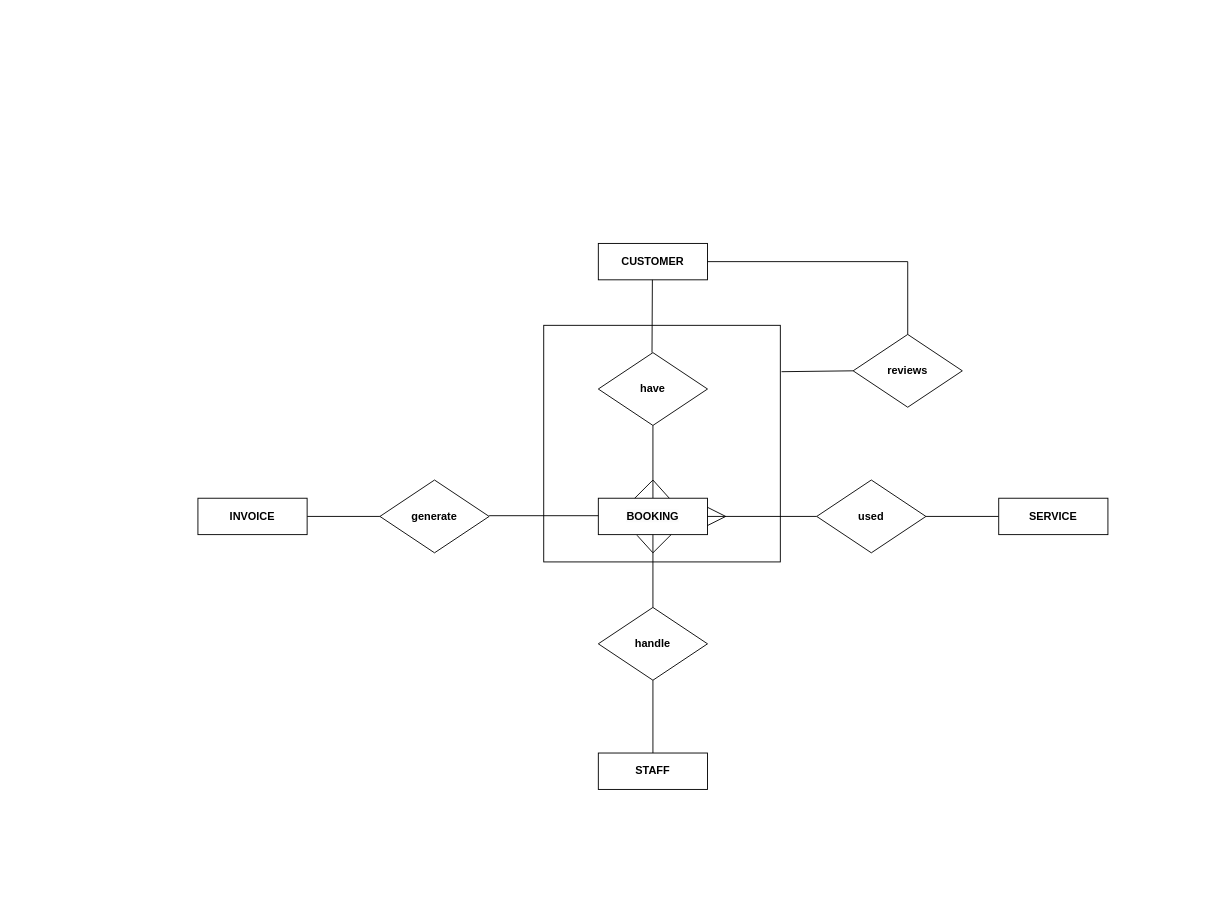
Earlier version of the draw.io diagram Untitled Diagram.drawio (hanXCuser/Web). Source tidied: cells renumbered, new cells numbered last; positions are measured from the earlier drawing's top-left corner, leaving out a move shared by most shapes. Both pictures are drawn from the tidied source at 91%, with x=0, y=0 at pixel (197, 243).
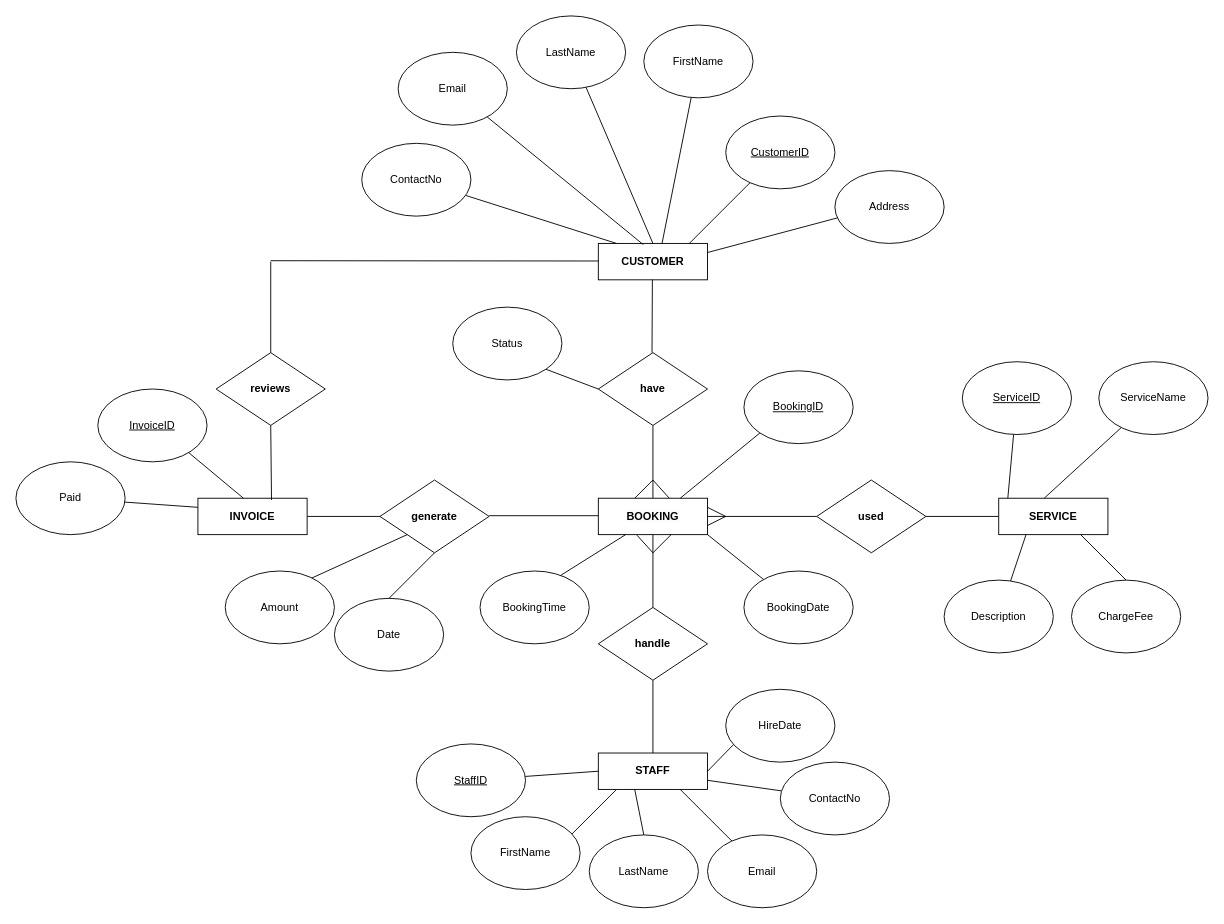
After the change.

The change refers to these unchanged cells:
```xml
<mxCell id="2" value="&lt;b&gt;CUSTOMER&lt;/b&gt;" style="rounded=0;whiteSpace=wrap;html=1;" parent="1" vertex="1">
  <mxGeometry x="440" width="120" height="40" as="geometry" />
</mxCell>
<mxCell id="4" value="&lt;b&gt;have&lt;/b&gt;" style="rhombus;whiteSpace=wrap;html=1;" parent="1" vertex="1">
  <mxGeometry x="440" y="120" width="120" height="80" as="geometry" />
</mxCell>
<mxCell id="6" value="&lt;br&gt;&lt;b style=&quot;forced-color-adjust: none; color: rgb(0, 0, 0); font-family: Helvetica; font-size: 12px; font-style: normal; font-variant-ligatures: normal; font-variant-caps: normal; letter-spacing: normal; orphans: 2; text-indent: 0px; text-transform: none; widows: 2; word-spacing: 0px; -webkit-text-stroke-width: 0px; white-space: normal; background-color: rgb(251, 251, 251); text-decoration-thickness: initial; text-decoration-style: initial; text-decoration-color: initial;&quot;&gt;BOOKING&lt;/b&gt;&lt;div&gt;&lt;br&gt;&lt;/div&gt;" style="rounded=0;whiteSpace=wrap;html=1;align=center;" parent="1" vertex="1">
  <mxGeometry x="440" y="280" width="120" height="40" as="geometry" />
</mxCell>
<mxCell id="8" value="&lt;b&gt;STAFF&lt;/b&gt;" style="rounded=0;whiteSpace=wrap;html=1;" parent="1" vertex="1">
  <mxGeometry x="440" y="560" width="120" height="40" as="geometry" />
</mxCell>
<mxCell id="14" value="&lt;b&gt;generate&lt;/b&gt;" style="rhombus;whiteSpace=wrap;html=1;" parent="1" vertex="1">
  <mxGeometry x="200" y="260" width="120" height="80" as="geometry" />
</mxCell>
<mxCell id="20" value="&lt;b&gt;SERVICE&lt;/b&gt;" style="rounded=0;whiteSpace=wrap;html=1;" parent="1" vertex="1">
  <mxGeometry x="880" y="280" width="120" height="40" as="geometry" />
</mxCell>
<mxCell id="22" value="&lt;b&gt;INVOICE&lt;/b&gt;" style="rounded=0;whiteSpace=wrap;html=1;" parent="1" vertex="1">
  <mxGeometry y="280" width="120" height="40" as="geometry" />
</mxCell>
```

The edit, as a diff of the source:
```diff
@@
     <mxCell id="15" value="&lt;b&gt;reviews&lt;/b&gt;" style="rhombus;whiteSpace=wrap;html=1;" parent="1" vertex="1">
-      <mxGeometry x="720" y="100" width="120" height="80" as="geometry" />
+      <mxGeometry x="20" y="120" width="120" height="80" as="geometry" />
     </mxCell>
     <mxCell id="16" style="endArrow=none;html=1;rounded=0;" parent="1" edge="1">
       <mxGeometry relative="1" as="geometry">
-        <mxPoint x="560" y="20" as="sourcePoint" />
-        <mxPoint x="780" y="20" as="targetPoint" />
+        <mxPoint x="80" y="19" as="sourcePoint" />
+        <mxPoint x="440" y="19.3" as="targetPoint" />
       </mxGeometry>
     </mxCell>
     <mxCell id="17" style="endArrow=none;html=1;rounded=0;exitX=0.5;exitY=0;exitDx=0;exitDy=0;" parent="1" edge="1" source="15">
       <mxGeometry relative="1" as="geometry">
-        <mxPoint x="780" y="20" as="targetPoint" />
+        <mxPoint x="80" y="20" as="targetPoint" />
       </mxGeometry>
     </mxCell>
-    <mxCell id="18" style="endArrow=none;html=1;rounded=0;exitX=1.005;exitY=0.196;exitDx=0;exitDy=0;exitPerimeter=0;" parent="1" edge="1" source="27">
-      <mxGeometry relative="1" as="geometry">
-        <mxPoint x="720" y="140" as="targetPoint" />
-      </mxGeometry>
-    </mxCell>
@@
-    <mxCell id="27" style="whiteSpace=wrap;html=1;fillColor=none;" parent="1" vertex="1">
-      <mxGeometry x="380" y="90" width="260" height="260" as="geometry" />
-    </mxCell>
@@
+    <mxCell id="30" style="endArrow=none;html=1;rounded=0;" parent="1" edge="1" target="31">
+      <mxGeometry relative="1" as="geometry">
+        <mxPoint x="540" as="sourcePoint" />
+      </mxGeometry>
+    </mxCell>
+    <mxCell id="31" value="&lt;u&gt;CustomerID&lt;/u&gt;" style="ellipse;whiteSpace=wrap;html=1;" parent="1" vertex="1">
+      <mxGeometry x="580" y="-140" width="120" height="80" as="geometry" />
+    </mxCell>
+    <mxCell id="32" style="endArrow=none;html=1;rounded=0;" parent="1" edge="1" target="33">
+      <mxGeometry relative="1" as="geometry">
+        <mxPoint x="510" as="sourcePoint" />
+      </mxGeometry>
+    </mxCell>
+    <mxCell id="33" value="FirstName" style="ellipse;whiteSpace=wrap;html=1;" parent="1" vertex="1">
+      <mxGeometry x="490" y="-240" width="120" height="80" as="geometry" />
+    </mxCell>
+    <mxCell id="34" style="endArrow=none;html=1;rounded=0;exitX=0.5;exitY=0;exitDx=0;exitDy=0;" parent="1" edge="1" source="2" target="35">
+      <mxGeometry relative="1" as="geometry" />
+    </mxCell>
+    <mxCell id="35" value="LastName" style="ellipse;whiteSpace=wrap;html=1;" parent="1" vertex="1">
+      <mxGeometry x="350" y="-250" width="120" height="80" as="geometry" />
+    </mxCell>
+    <mxCell id="36" style="endArrow=none;html=1;rounded=0;exitX=0.412;exitY=0.033;exitDx=0;exitDy=0;exitPerimeter=0;" parent="1" edge="1" source="2" target="37">
+      <mxGeometry relative="1" as="geometry" />
+    </mxCell>
+    <mxCell id="37" value="Email" style="ellipse;whiteSpace=wrap;html=1;" parent="1" vertex="1">
+      <mxGeometry x="220" y="-210" width="120" height="80" as="geometry" />
+    </mxCell>
+    <mxCell id="38" style="endArrow=none;html=1;rounded=0;" parent="1" edge="1" target="39">
+      <mxGeometry relative="1" as="geometry">
+        <mxPoint x="460" as="sourcePoint" />
+      </mxGeometry>
+    </mxCell>
+    <mxCell id="39" value="ContactNo" style="ellipse;whiteSpace=wrap;html=1;" parent="1" vertex="1">
+      <mxGeometry x="180" y="-110" width="120" height="80" as="geometry" />
+    </mxCell>
+    <mxCell id="40" style="endArrow=none;html=1;rounded=0;exitX=1;exitY=0.25;exitDx=0;exitDy=0;" parent="1" edge="1" source="2">
+      <mxGeometry relative="1" as="geometry">
+        <mxPoint x="710" y="-30" as="targetPoint" />
+      </mxGeometry>
+    </mxCell>
+    <mxCell id="41" value="Address" style="ellipse;whiteSpace=wrap;html=1;" parent="1" vertex="1">
+      <mxGeometry x="700" y="-80" width="120" height="80" as="geometry" />
+    </mxCell>
+    <mxCell id="42" style="endArrow=none;html=1;rounded=0;exitX=1;exitY=1;exitDx=0;exitDy=0;" parent="1" edge="1" source="6" target="43">
+      <mxGeometry relative="1" as="geometry" />
+    </mxCell>
+    <mxCell id="43" value="BookingDate" style="ellipse;whiteSpace=wrap;html=1;" parent="1" vertex="1">
+      <mxGeometry x="600" y="360" width="120" height="80" as="geometry" />
+    </mxCell>
+    <mxCell id="44" style="endArrow=none;html=1;rounded=0;entryX=0.25;entryY=1;entryDx=0;entryDy=0;exitX=0.707;exitY=0.09;exitDx=0;exitDy=0;exitPerimeter=0;" parent="1" edge="1" source="45" target="6">
+      <mxGeometry relative="1" as="geometry" />
+    </mxCell>
+    <mxCell id="45" value="BookingTime" style="ellipse;whiteSpace=wrap;html=1;" parent="1" vertex="1">
+      <mxGeometry x="310" y="360" width="120" height="80" as="geometry" />
+    </mxCell>
+    <mxCell id="46" style="endArrow=none;html=1;rounded=0;entryX=0.5;entryY=1;entryDx=0;entryDy=0;exitX=0.674;exitY=0.047;exitDx=0;exitDy=0;exitPerimeter=0;" parent="1" edge="1" source="22" target="15">
+      <mxGeometry relative="1" as="geometry" />
+    </mxCell>
+    <mxCell id="47" style="endArrow=none;html=1;rounded=0;entryX=0.75;entryY=0;entryDx=0;entryDy=0;exitX=0;exitY=1;exitDx=0;exitDy=0;" parent="1" edge="1" source="48" target="6">
+      <mxGeometry relative="1" as="geometry" />
+    </mxCell>
+    <mxCell id="48" value="&lt;u&gt;BookingID&lt;/u&gt;" style="ellipse;whiteSpace=wrap;html=1;" parent="1" vertex="1">
+      <mxGeometry x="600" y="140" width="120" height="80" as="geometry" />
+    </mxCell>
+    <mxCell id="49" style="endArrow=none;html=1;rounded=0;entryX=0;entryY=0.5;entryDx=0;entryDy=0;exitX=1;exitY=1;exitDx=0;exitDy=0;" parent="1" edge="1" source="50" target="4">
+      <mxGeometry relative="1" as="geometry" />
+    </mxCell>
+    <mxCell id="50" value="Status" style="ellipse;whiteSpace=wrap;html=1;" parent="1" vertex="1">
+      <mxGeometry x="280" y="70" width="120" height="80" as="geometry" />
+    </mxCell>
+    <mxCell id="51" style="endArrow=none;html=1;rounded=0;" parent="1" edge="1" target="54">
+      <mxGeometry relative="1" as="geometry">
+        <mxPoint x="930" y="280" as="sourcePoint" />
+      </mxGeometry>
+    </mxCell>
+    <mxCell id="52" style="endArrow=none;html=1;rounded=0;" parent="1" edge="1" target="53">
+      <mxGeometry relative="1" as="geometry">
+        <mxPoint x="890" y="280" as="sourcePoint" />
+      </mxGeometry>
+    </mxCell>
+    <mxCell id="53" value="&lt;u&gt;ServiceID&lt;/u&gt;" style="ellipse;whiteSpace=wrap;html=1;" parent="1" vertex="1">
+      <mxGeometry x="840" y="130" width="120" height="80" as="geometry" />
+    </mxCell>
+    <mxCell id="54" value="ServiceName" style="ellipse;whiteSpace=wrap;html=1;" parent="1" vertex="1">
+      <mxGeometry x="990" y="130" width="120" height="80" as="geometry" />
+    </mxCell>
+    <mxCell id="55" style="endArrow=none;html=1;rounded=0;exitX=0.25;exitY=1;exitDx=0;exitDy=0;" parent="1" edge="1" source="20" target="56">
+      <mxGeometry relative="1" as="geometry" />
+    </mxCell>
+    <mxCell id="56" value="Description" style="ellipse;whiteSpace=wrap;html=1;" parent="1" vertex="1">
+      <mxGeometry x="820" y="370" width="120" height="80" as="geometry" />
+    </mxCell>
+    <mxCell id="57" style="endArrow=none;html=1;rounded=0;entryX=0.75;entryY=1;entryDx=0;entryDy=0;exitX=0.5;exitY=0;exitDx=0;exitDy=0;" parent="1" edge="1" source="58" target="20">
+      <mxGeometry relative="1" as="geometry" />
+    </mxCell>
+    <mxCell id="58" value="ChargeFee" style="ellipse;whiteSpace=wrap;html=1;" parent="1" vertex="1">
+      <mxGeometry x="960" y="370" width="120" height="80" as="geometry" />
+    </mxCell>
+    <mxCell id="59" style="endArrow=none;html=1;rounded=0;exitX=0;exitY=0.5;exitDx=0;exitDy=0;" parent="1" edge="1" source="8" target="60">
+      <mxGeometry relative="1" as="geometry" />
+    </mxCell>
+    <mxCell id="60" value="&lt;u&gt;StaffID&lt;/u&gt;" style="ellipse;whiteSpace=wrap;html=1;" parent="1" vertex="1">
+      <mxGeometry x="240" y="550" width="120" height="80" as="geometry" />
+    </mxCell>
+    <mxCell id="61" style="endArrow=none;html=1;rounded=0;" parent="1" edge="1">
+      <mxGeometry relative="1" as="geometry">
+        <mxPoint x="410" y="650" as="sourcePoint" />
+        <mxPoint x="460" y="600" as="targetPoint" />
+      </mxGeometry>
+    </mxCell>
+    <mxCell id="62" value="FirstName" style="ellipse;whiteSpace=wrap;html=1;" parent="1" vertex="1">
+      <mxGeometry x="300" y="630" width="120" height="80" as="geometry" />
+    </mxCell>
+    <mxCell id="63" style="endArrow=none;html=1;rounded=0;exitX=0.5;exitY=0;exitDx=0;exitDy=0;" parent="1" edge="1" source="64">
+      <mxGeometry relative="1" as="geometry">
+        <mxPoint x="480" y="600" as="targetPoint" />
+      </mxGeometry>
+    </mxCell>
+    <mxCell id="64" value="LastName" style="ellipse;whiteSpace=wrap;html=1;" parent="1" vertex="1">
+      <mxGeometry x="430" y="650" width="120" height="80" as="geometry" />
+    </mxCell>
+    <mxCell id="65" style="endArrow=none;html=1;rounded=0;entryX=0.75;entryY=1;entryDx=0;entryDy=0;" parent="1" edge="1" target="8">
+      <mxGeometry relative="1" as="geometry">
+        <mxPoint x="590" y="660" as="sourcePoint" />
+      </mxGeometry>
+    </mxCell>
+    <mxCell id="66" value="Email" style="ellipse;whiteSpace=wrap;html=1;" parent="1" vertex="1">
+      <mxGeometry x="560" y="650" width="120" height="80" as="geometry" />
+    </mxCell>
+    <mxCell id="67" style="endArrow=none;html=1;rounded=0;" parent="1" edge="1" target="68">
+      <mxGeometry relative="1" as="geometry">
+        <mxPoint x="560" y="590" as="sourcePoint" />
+      </mxGeometry>
+    </mxCell>
+    <mxCell id="68" value="ContactNo" style="ellipse;whiteSpace=wrap;html=1;" parent="1" vertex="1">
+      <mxGeometry x="640" y="570" width="120" height="80" as="geometry" />
+    </mxCell>
+    <mxCell id="69" style="endArrow=none;html=1;rounded=0;exitX=1;exitY=0.5;exitDx=0;exitDy=0;entryX=0.083;entryY=0.741;entryDx=0;entryDy=0;entryPerimeter=0;" parent="1" edge="1" source="8" target="70">
+      <mxGeometry relative="1" as="geometry" />
+    </mxCell>
+    <mxCell id="70" value="HireDate" style="ellipse;whiteSpace=wrap;html=1;" parent="1" vertex="1">
+      <mxGeometry x="580" y="490" width="120" height="80" as="geometry" />
+    </mxCell>
+    <mxCell id="71" style="endArrow=none;html=1;rounded=0;" parent="1" edge="1">
+      <mxGeometry relative="1" as="geometry">
+        <mxPoint x="-10" y="230" as="sourcePoint" />
+        <mxPoint x="50" y="280" as="targetPoint" />
+      </mxGeometry>
+    </mxCell>
+    <mxCell id="72" value="&lt;u&gt;InvoiceID&lt;/u&gt;" style="ellipse;whiteSpace=wrap;html=1;" parent="1" vertex="1">
+      <mxGeometry x="-110" y="160" width="120" height="80" as="geometry" />
+    </mxCell>
+    <mxCell id="73" style="endArrow=none;html=1;rounded=0;exitX=0;exitY=0.25;exitDx=0;exitDy=0;" parent="1" edge="1" source="22" target="74">
+      <mxGeometry relative="1" as="geometry" />
+    </mxCell>
+    <mxCell id="74" value="Paid" style="ellipse;whiteSpace=wrap;html=1;" parent="1" vertex="1">
+      <mxGeometry x="-200" y="240" width="120" height="80" as="geometry" />
+    </mxCell>
+    <mxCell id="75" style="endArrow=none;html=1;rounded=0;entryX=0;entryY=1;entryDx=0;entryDy=0;exitX=0.783;exitY=0.103;exitDx=0;exitDy=0;exitPerimeter=0;" parent="1" edge="1" source="77" target="14">
+      <mxGeometry relative="1" as="geometry" />
+    </mxCell>
+    <mxCell id="76" style="endArrow=none;html=1;rounded=0;" parent="1" edge="1">
+      <mxGeometry relative="1" as="geometry">
+        <mxPoint x="210" y="390" as="sourcePoint" />
+        <mxPoint x="260" y="340" as="targetPoint" />
+      </mxGeometry>
+    </mxCell>
+    <mxCell id="77" value="Amount" style="ellipse;whiteSpace=wrap;html=1;" parent="1" vertex="1">
+      <mxGeometry x="30" y="360" width="120" height="80" as="geometry" />
+    </mxCell>
+    <mxCell id="78" value="Date" style="ellipse;whiteSpace=wrap;html=1;" parent="1" vertex="1">
+      <mxGeometry x="150" y="390" width="120" height="80" as="geometry" />
+    </mxCell>
```
